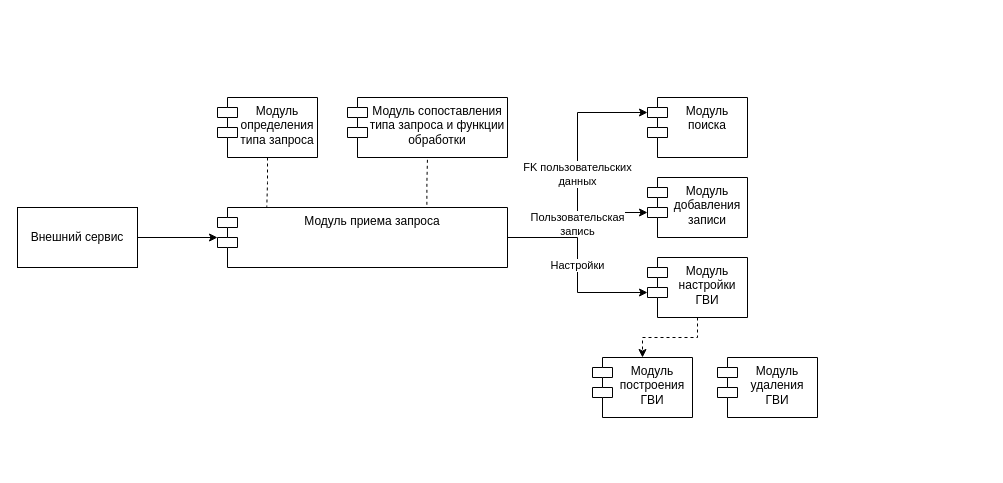
Earlier version of the draw.io diagram page "plugin-arch" (16 of 17) of schemas.drawio (vitosotdihaet/pind). Source tidied: cells renumbered, new cells numbered last; positions are measured from the earlier drawing's top-left corner, leaving out a move shared by most shapes. Both pictures are drawn from the tidied source at 100%, with x=0, y=0 at pixel (17, 97).
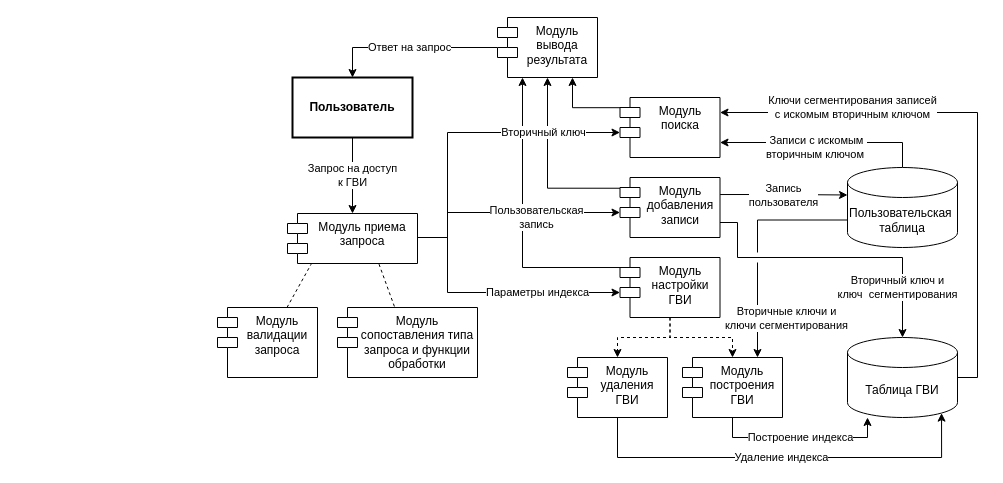
After the change.

Diff of the diagram source:
```diff
@@
-    <mxCell id="2" style="edgeStyle=orthogonalEdgeStyle;rounded=0;jettySize=auto;html=1;" parent="1" edge="1" source="3" target="5">
+    <mxCell id="2" value="Запрос на доступ&lt;div&gt;к ГВИ&lt;/div&gt;" style="edgeStyle=orthogonalEdgeStyle;rounded=0;jettySize=auto;html=1;" parent="1" edge="1" source="3" target="5">
       <mxGeometry relative="1" as="geometry" />
     </mxCell>
-    <mxCell id="3" value="Внешний сервис" style="rounded=0;whiteSpace=wrap;html=1;" parent="1" vertex="1">
-      <mxGeometry y="110" width="120" height="60" as="geometry" />
+    <mxCell id="3" value="Пользователь" style="rounded=0;whiteSpace=wrap;html=1;fontStyle=1;strokeWidth=2;" parent="1" vertex="1">
+      <mxGeometry x="275" y="-20" width="120" height="60" as="geometry" />
     </mxCell>
-    <mxCell id="4" style="edgeStyle=orthogonalEdgeStyle;rounded=0;jettySize=auto;html=1;dashed=1;endArrow=none;endFill=0;exitX=0.722;exitY=-0.045;exitDx=0;exitDy=0;exitPerimeter=0;" parent="1" edge="1" source="5" target="8">
+    <mxCell id="4" style="rounded=0;jettySize=auto;html=1;dashed=1;endArrow=none;endFill=0;exitX=0.704;exitY=1.013;exitDx=0;exitDy=0;exitPerimeter=0;" parent="1" edge="1" source="5" target="8">
       <mxGeometry relative="1" as="geometry" />
     </mxCell>
     <mxCell id="5" value="Модуль приема запроса" style="shape=module;align=left;spacingLeft=20;align=center;verticalAlign=top;whiteSpace=wrap;html=1;" parent="1" vertex="1">
-      <mxGeometry x="200" y="110" width="290" height="60" as="geometry" />
+      <mxGeometry x="270" y="116" width="130" height="50" as="geometry" />
     </mxCell>
-    <mxCell id="6" style="edgeStyle=orthogonalEdgeStyle;rounded=0;jettySize=auto;html=1;dashed=1;endArrow=none;endFill=0;entryX=0.17;entryY=-0.011;entryDx=0;entryDy=0;entryPerimeter=0;" parent="1" edge="1" source="7" target="5">
+    <mxCell id="6" style="rounded=0;jettySize=auto;html=1;dashed=1;endArrow=none;endFill=0;entryX=0.182;entryY=1.013;entryDx=0;entryDy=0;entryPerimeter=0;" parent="1" edge="1" source="7" target="5">
       <mxGeometry relative="1" as="geometry" />
     </mxCell>
-    <mxCell id="7" value="Модуль определения типа запроса" style="shape=module;align=left;spacingLeft=20;align=center;verticalAlign=top;whiteSpace=wrap;html=1;" parent="1" vertex="1">
-      <mxGeometry x="200" width="100" height="60" as="geometry" />
+    <mxCell id="7" value="Модуль валидации запроса" style="shape=module;align=left;spacingLeft=20;align=center;verticalAlign=top;whiteSpace=wrap;html=1;" parent="1" vertex="1">
+      <mxGeometry x="200" y="210" width="100" height="70" as="geometry" />
     </mxCell>
     <mxCell id="8" value="Модуль сопоставления типа запроса и функции обработки" style="shape=module;align=left;spacingLeft=20;align=center;verticalAlign=top;whiteSpace=wrap;html=1;" parent="1" vertex="1">
-      <mxGeometry x="330" width="160" height="60" as="geometry" />
+      <mxGeometry x="320" y="210" width="140" height="70" as="geometry" />
     </mxCell>
+    <mxCell id="18" style="edgeStyle=orthogonalEdgeStyle;rounded=0;jettySize=auto;html=1;entryX=0.75;entryY=1;entryDx=0;entryDy=0;exitX=0.006;exitY=0.17;exitDx=0;exitDy=0;exitPerimeter=0;" parent="1" edge="1" source="9" target="32">
+      <mxGeometry relative="1" as="geometry" />
+    </mxCell>
     <mxCell id="9" value="Модуль поиска" style="shape=module;align=left;spacingLeft=20;align=center;verticalAlign=top;whiteSpace=wrap;html=1;" parent="1" vertex="1">
-      <mxGeometry x="630" width="100" height="60" as="geometry" />
+      <mxGeometry x="602.5" width="100" height="60" as="geometry" />
     </mxCell>
+    <mxCell id="19" value="Запись&lt;div&gt;пользователя&lt;/div&gt;" style="edgeStyle=orthogonalEdgeStyle;rounded=0;jettySize=auto;html=1;exitX=1.001;exitY=0.284;exitDx=0;exitDy=0;entryX=0;entryY=0;entryDx=0;entryDy=27.5;entryPerimeter=0;exitPerimeter=0;" parent="1" edge="1" source="10" target="26">
+      <mxGeometry relative="1" as="geometry" />
+    </mxCell>
+    <mxCell id="20" value="Вторичный ключ и&lt;div&gt;ключ&amp;nbsp; сегментирования&lt;/div&gt;" style="edgeStyle=orthogonalEdgeStyle;rounded=0;jettySize=auto;html=1;entryX=0.5;entryY=0;entryDx=0;entryDy=0;entryPerimeter=0;exitX=1;exitY=0.75;exitDx=0;exitDy=0;jumpStyle=none;" parent="1" edge="1" source="10" target="28">
+      <mxGeometry x="0.66" y="-5" relative="1" as="geometry">
+        <Array as="points">
+          <mxPoint x="720" y="125" />
+          <mxPoint x="720" y="160" />
+          <mxPoint x="885" y="160" />
+        </Array>
+      </mxGeometry>
+    </mxCell>
+    <mxCell id="21" style="edgeStyle=orthogonalEdgeStyle;rounded=0;jettySize=auto;html=1;entryX=0.5;entryY=1;entryDx=0;entryDy=0;exitX=0.018;exitY=0.179;exitDx=0;exitDy=0;exitPerimeter=0;" parent="1" edge="1" source="10" target="32">
+      <mxGeometry relative="1" as="geometry" />
+    </mxCell>
     <mxCell id="10" value="Модуль добавления записи" style="shape=module;align=left;spacingLeft=20;align=center;verticalAlign=top;whiteSpace=wrap;html=1;" parent="1" vertex="1">
-      <mxGeometry x="630" y="80" width="100" height="60" as="geometry" />
+      <mxGeometry x="602.5" y="80" width="100" height="60" as="geometry" />
     </mxCell>
@@
+    <mxCell id="22" style="edgeStyle=orthogonalEdgeStyle;rounded=0;jettySize=auto;html=1;entryX=0.25;entryY=1;entryDx=0;entryDy=0;exitX=0.075;exitY=0.167;exitDx=0;exitDy=0;exitPerimeter=0;" parent="1" edge="1" source="12" target="32">
+      <mxGeometry relative="1" as="geometry" />
+    </mxCell>
     <mxCell id="12" value="Модуль настройки ГВИ" style="shape=module;align=left;spacingLeft=20;align=center;verticalAlign=top;whiteSpace=wrap;html=1;" parent="1" vertex="1">
-      <mxGeometry x="630" y="160" width="100" height="60" as="geometry" />
+      <mxGeometry x="602.5" y="160" width="100" height="60" as="geometry" />
     </mxCell>
     <mxCell id="13" value="Модуль построения ГВИ" style="shape=module;align=left;spacingLeft=20;align=center;verticalAlign=top;whiteSpace=wrap;html=1;" parent="1" vertex="1">
-      <mxGeometry x="575" y="260" width="100" height="60" as="geometry" />
+      <mxGeometry x="665" y="260" width="100" height="60" as="geometry" />
     </mxCell>
-    <mxCell id="14" value="FK пользовательских&lt;div&gt;данных&lt;/div&gt;" style="edgeStyle=orthogonalEdgeStyle;rounded=0;jettySize=auto;html=1;entryX=0;entryY=0;entryDx=0;entryDy=15;entryPerimeter=0;" parent="1" edge="1" source="5" target="9">
-      <mxGeometry relative="1" as="geometry" />
+    <mxCell id="14" value="Вторичный ключ" style="edgeStyle=orthogonalEdgeStyle;rounded=0;jettySize=auto;html=1;entryX=0;entryY=0;entryDx=0;entryDy=35;entryPerimeter=0;" parent="1" edge="1" source="5" target="9">
+      <mxGeometry x="0.5" relative="1" as="geometry">
+        <Array as="points">
+          <mxPoint x="430" y="140" />
+          <mxPoint x="430" y="35" />
+        </Array>
+      </mxGeometry>
     </mxCell>
     <mxCell id="15" value="Пользовательская&lt;div&gt;запись&lt;/div&gt;" style="edgeStyle=orthogonalEdgeStyle;rounded=0;jettySize=auto;html=1;entryX=0;entryY=0;entryDx=0;entryDy=35;entryPerimeter=0;" parent="1" edge="1" source="5" target="10">
-      <mxGeometry relative="1" as="geometry" />
+      <mxGeometry x="0.27" y="-5" relative="1" as="geometry">
+        <Array as="points">
+          <mxPoint x="430" y="140" />
+          <mxPoint x="430" y="115" />
+        </Array>
+      </mxGeometry>
     </mxCell>
-    <mxCell id="16" value="Настройки" style="edgeStyle=orthogonalEdgeStyle;rounded=0;jettySize=auto;html=1;entryX=0;entryY=0;entryDx=0;entryDy=35;entryPerimeter=0;" parent="1" edge="1" source="5" target="12">
-      <mxGeometry relative="1" as="geometry" />
+    <mxCell id="16" value="Параметры индекса" style="edgeStyle=orthogonalEdgeStyle;rounded=0;jettySize=auto;html=1;entryX=0;entryY=0;entryDx=0;entryDy=35;entryPerimeter=0;" parent="1" edge="1" source="5" target="12">
+      <mxGeometry x="0.36" relative="1" as="geometry">
+        <Array as="points">
+          <mxPoint x="430" y="140" />
+          <mxPoint x="430" y="195" />
+        </Array>
+      </mxGeometry>
     </mxCell>
     <mxCell id="17" value="Модуль удаления ГВИ" style="shape=module;align=left;spacingLeft=20;align=center;verticalAlign=top;whiteSpace=wrap;html=1;" parent="1" vertex="1">
-      <mxGeometry x="700" y="260" width="100" height="60" as="geometry" />
+      <mxGeometry x="550" y="260" width="100" height="60" as="geometry" />
     </mxCell>
+    <mxCell id="23" style="edgeStyle=orthogonalEdgeStyle;rounded=0;jettySize=auto;html=1;dashed=1;" parent="1" edge="1" source="12" target="17">
+      <mxGeometry relative="1" as="geometry" />
+    </mxCell>
+    <mxCell id="24" value="Записи с искомым&lt;div&gt;вторичным&amp;nbsp;&lt;span style=&quot;background-color: light-dark(#ffffff, var(--ge-dark-color, #121212)); color: light-dark(rgb(0, 0, 0), rgb(255, 255, 255));&quot;&gt;ключом&amp;nbsp;&lt;/span&gt;&lt;/div&gt;" style="edgeStyle=orthogonalEdgeStyle;rounded=0;jettySize=auto;html=1;entryX=1;entryY=0.75;entryDx=0;entryDy=0;exitX=0.5;exitY=0;exitDx=0;exitDy=0;exitPerimeter=0;" parent="1" edge="1" source="26" target="9">
+      <mxGeometry x="0.07" y="5" relative="1" as="geometry" />
+    </mxCell>
+    <mxCell id="25" value="Вторичные ключи и&lt;div&gt;ключи сегментирования&lt;/div&gt;" style="edgeStyle=orthogonalEdgeStyle;rounded=0;jettySize=auto;html=1;entryX=0.75;entryY=0;entryDx=0;entryDy=0;exitX=0;exitY=0;exitDx=0;exitDy=52.5;exitPerimeter=0;jumpStyle=gap;jumpSize=10;" parent="1" edge="1" source="26" target="13">
+      <mxGeometry x="0.65" y="29" relative="1" as="geometry">
+        <Array as="points">
+          <mxPoint x="740" y="123" />
+        </Array>
+      </mxGeometry>
+    </mxCell>
+    <mxCell id="26" value="Пользовательская&amp;nbsp; таблица" style="shape=cylinder3;whiteSpace=wrap;html=1;boundedLbl=1;backgroundOutline=1;size=15;" parent="1" vertex="1">
+      <mxGeometry x="830" y="70" width="110" height="80" as="geometry" />
+    </mxCell>
+    <mxCell id="27" value="Ключи сегментирования записей&lt;div&gt;с искомым вторичным ключом&lt;/div&gt;" style="edgeStyle=orthogonalEdgeStyle;rounded=0;jettySize=auto;html=1;entryX=1;entryY=0.25;entryDx=0;entryDy=0;exitX=1;exitY=0.5;exitDx=0;exitDy=0;exitPerimeter=0;" parent="1" edge="1" source="28" target="9">
+      <mxGeometry x="0.51" y="-5" relative="1" as="geometry">
+        <Array as="points">
+          <mxPoint x="960" y="280" />
+          <mxPoint x="960" y="15" />
+        </Array>
+      </mxGeometry>
+    </mxCell>
+    <mxCell id="28" value="Таблица ГВИ" style="shape=cylinder3;whiteSpace=wrap;html=1;boundedLbl=1;backgroundOutline=1;size=15;" parent="1" vertex="1">
+      <mxGeometry x="830" y="240" width="110" height="80" as="geometry" />
+    </mxCell>
+    <mxCell id="29" value="Построение индекса" style="edgeStyle=orthogonalEdgeStyle;rounded=0;jettySize=auto;html=1;entryX=0.182;entryY=1;entryDx=0;entryDy=0;entryPerimeter=0;exitX=0.5;exitY=1;exitDx=0;exitDy=0;" parent="1" edge="1" source="13" target="28">
+      <mxGeometry relative="1" as="geometry" />
+    </mxCell>
+    <mxCell id="30" value="Удаление индекса" style="edgeStyle=orthogonalEdgeStyle;rounded=0;jettySize=auto;html=1;entryX=0.855;entryY=1;entryDx=0;entryDy=-4.35;entryPerimeter=0;exitX=0.5;exitY=1;exitDx=0;exitDy=0;" parent="1" edge="1" source="17" target="28">
+      <mxGeometry relative="1" as="geometry">
+        <Array as="points">
+          <mxPoint x="600" y="360" />
+          <mxPoint x="924" y="360" />
+        </Array>
+      </mxGeometry>
+    </mxCell>
+    <mxCell id="31" value="Ответ на запрос" style="edgeStyle=orthogonalEdgeStyle;rounded=0;jettySize=auto;html=1;entryX=0.5;entryY=0;entryDx=0;entryDy=0;" parent="1" edge="1" source="32" target="3">
+      <mxGeometry relative="1" as="geometry" />
+    </mxCell>
+    <mxCell id="32" value="Модуль вывода результата" style="shape=module;align=left;spacingLeft=20;align=center;verticalAlign=top;whiteSpace=wrap;html=1;" parent="1" vertex="1">
+      <mxGeometry x="480" y="-80" width="100" height="60" as="geometry" />
+    </mxCell>
```
